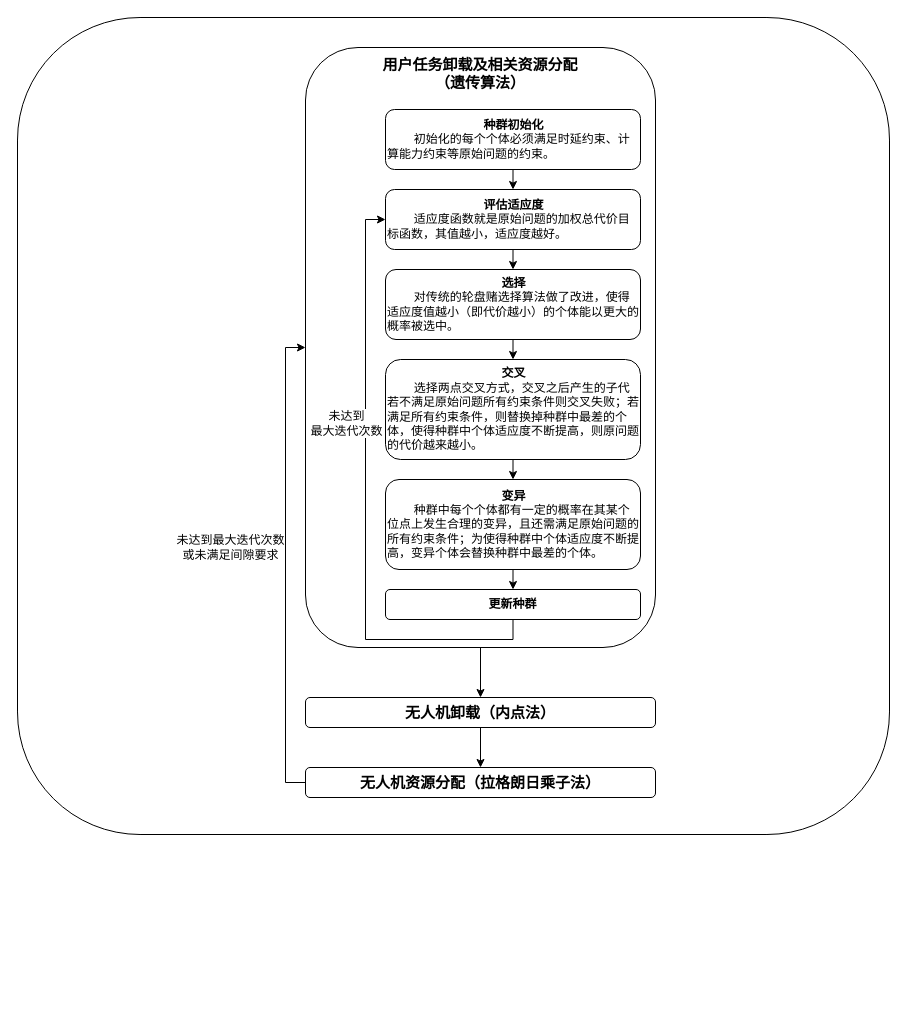
This is 第一部分研究流程图.drawio from CsuFatfish/myDrawIo, a draw.io file, before an edit. Source tidied: cells renumbered, new cells numbered last; positions are measured from the earlier drawing's top-left corner, leaving out a move shared by most shapes. Both pictures are drawn from the tidied source at 100%, with x=0, y=0 at pixel (17, 17).
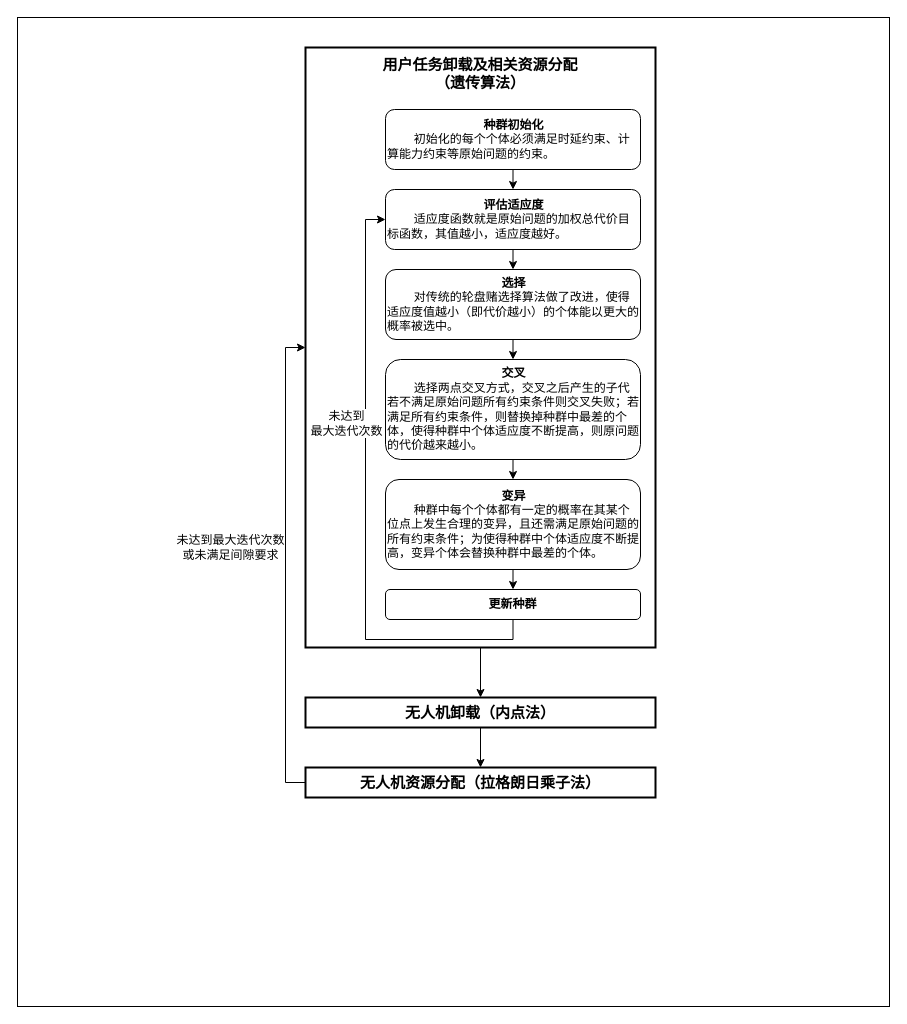
After the change.

Commit message:
更新第一部分研究流程图.drawio

Diff of the diagram source:
```diff
@@
-    <mxCell id="2" style="rounded=1;whiteSpace=wrap;html=1;fillColor=default;" parent="1" vertex="1">
-      <mxGeometry width="872" height="817" as="geometry" />
+    <mxCell id="2" style="rounded=0;whiteSpace=wrap;html=1;fillColor=default;" parent="1" vertex="1">
+      <mxGeometry width="872" height="989" as="geometry" />
     </mxCell>
@@
-    <mxCell id="4" style="rounded=1;whiteSpace=wrap;html=1;" parent="1" vertex="1">
+    <mxCell id="4" style="rounded=0;whiteSpace=wrap;html=1;strokeWidth=2;" parent="1" vertex="1">
       <mxGeometry x="288" y="30" width="350" height="600" as="geometry" />
     </mxCell>
@@
-    <mxCell id="20" value="&lt;b&gt;&lt;font style=&quot;font-size: 15px;&quot;&gt;无人机卸载（内点法）&lt;/font&gt;&lt;/b&gt;" style="rounded=1;whiteSpace=wrap;html=1;" parent="1" vertex="1">
+    <mxCell id="20" value="&lt;b&gt;&lt;font style=&quot;font-size: 15px;&quot;&gt;无人机卸载（内点法）&lt;/font&gt;&lt;/b&gt;" style="rounded=0;whiteSpace=wrap;html=1;strokeWidth=2;" parent="1" vertex="1">
       <mxGeometry x="288" y="680" width="350" height="30" as="geometry" />
     </mxCell>
@@
-    <mxCell id="22" value="&lt;b&gt;&lt;font style=&quot;font-size: 15px;&quot;&gt;无人机资源分配（拉格朗日乘子法）&lt;/font&gt;&lt;/b&gt;" style="rounded=1;whiteSpace=wrap;html=1;" parent="1" vertex="1">
+    <mxCell id="22" value="&lt;b&gt;&lt;font style=&quot;font-size: 15px;&quot;&gt;无人机资源分配（拉格朗日乘子法）&lt;/font&gt;&lt;/b&gt;" style="rounded=0;whiteSpace=wrap;html=1;strokeColor=default;strokeWidth=2;" parent="1" vertex="1">
       <mxGeometry x="288" y="750" width="350" height="30" as="geometry" />
     </mxCell>
```
